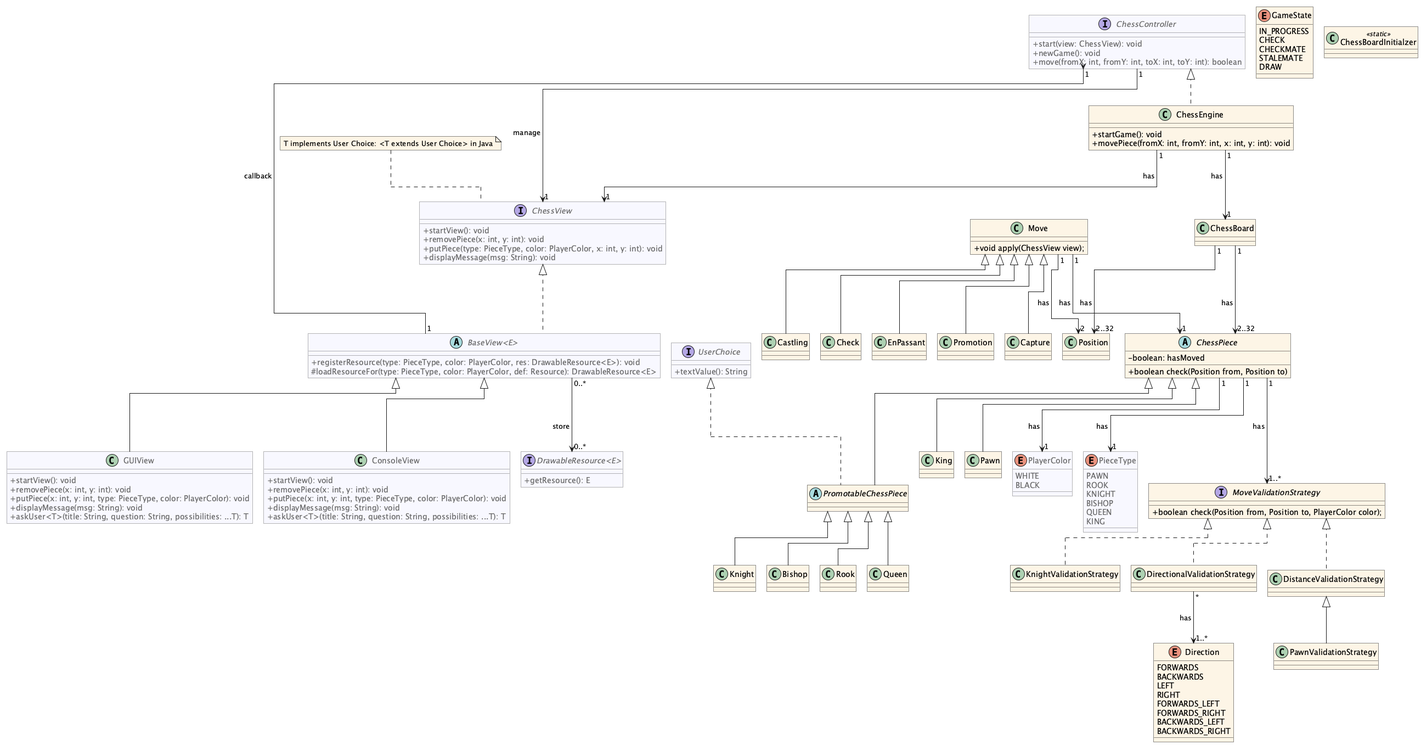
This is docs/uml.png from HEIG-VD-BA3-POO/labo08, a PlantUML export, as it was before one commit.
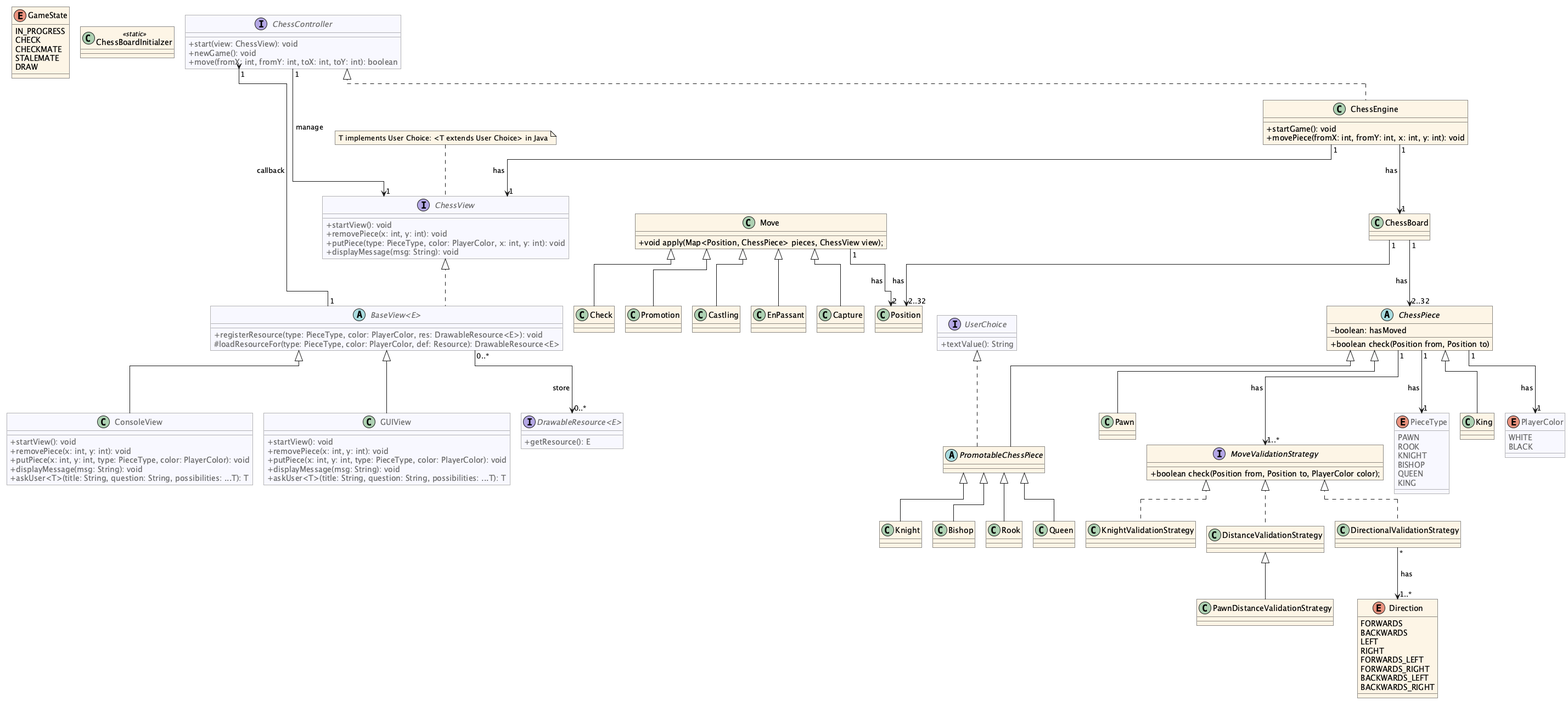
The same diagram one commit later.

The edit, as a diff of the source:
```diff
@@ -118,7 +118,7 @@
 class DirectionalValidationStrategy implements MoveValidationStrategy {}
 class KnightValidationStrategy implements MoveValidationStrategy {}
 class DistanceValidationStrategy implements MoveValidationStrategy {}
-class PawnValidationStrategy extends DistanceValidationStrategy {}
+class PawnDistanceValidationStrategy extends DistanceValidationStrategy {}
 
 enum Direction {
     FORWARDS
@@ -132,7 +132,7 @@
 }
 
 class Move {
-    + void apply(ChessView view);
+    + void apply(Map<Position, ChessPiece> pieces, ChessView view);
 }
 
 class Capture extends Move {}
@@ -156,6 +156,5 @@
 DirectionalValidationStrategy "*" --> "1..*" Direction : has >
 
 Move "1" --> "2" Position : has >
-Move "1" --> "1" ChessPiece : has >
 
 @enduml
```
